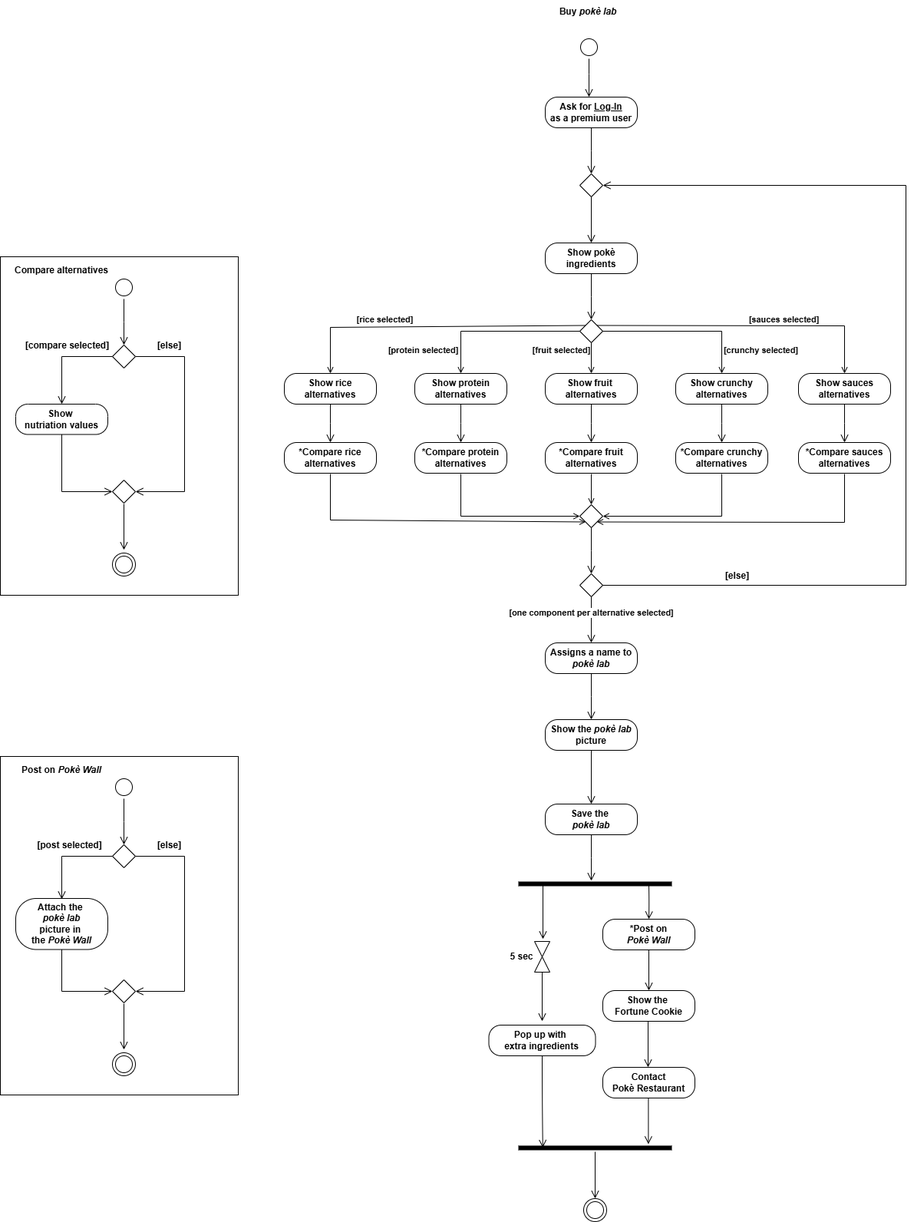
matteopinfildi/YourPoke-ISPWProject keeps this draw.io diagram as diagrams/ActivityDiagram.drawio.png. Above is the earlier version. Source tidied: cells renumbered, new cells last; positions are measured from the earlier drawing's top-left corner, leaving out a move shared by most shapes.
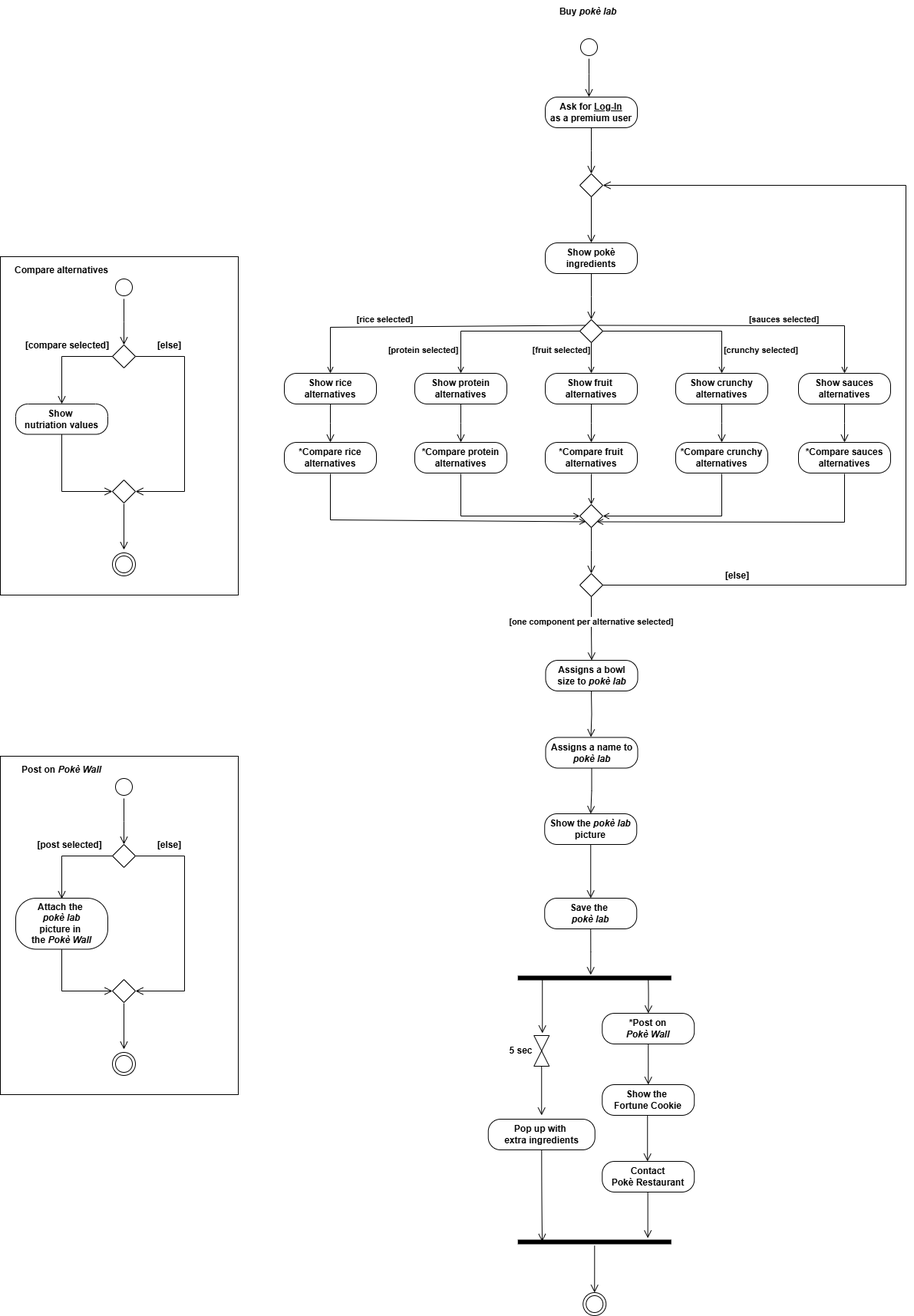
The same file after the commit.

Diff of the diagram source:
```diff
@@ -164,12 +164,12 @@
       </mxGeometry>
     </mxCell>
     <mxCell id="34" value="&lt;div&gt;&lt;b&gt;Assigns a name to&lt;/b&gt;&lt;div&gt;&lt;b&gt;&lt;i&gt;pokè lab&lt;/i&gt;&lt;/b&gt;&lt;/div&gt;&lt;/div&gt;" style="rounded=1;whiteSpace=wrap;html=1;arcSize=40;" parent="1" vertex="1">
-      <mxGeometry x="710" y="837" width="120" height="40" as="geometry" />
+      <mxGeometry x="710.5" y="960.5" width="120" height="40" as="geometry" />
     </mxCell>
     <mxCell id="35" style="rhombus;whiteSpace=wrap;html=1;labelBackgroundColor=none;" parent="1" vertex="1">
       <mxGeometry x="755" y="747" width="30" height="30" as="geometry" />
     </mxCell>
-    <mxCell id="36" value="&lt;b&gt;[one component per alternative selected]&lt;/b&gt;" style="edgeStyle=orthogonalEdgeStyle;html=1;verticalAlign=bottom;endArrow=open;endSize=8;rounded=0;exitX=0.5;exitY=1;exitDx=0;exitDy=0;entryX=0.5;entryY=0;entryDx=0;entryDy=0;" parent="1" edge="1" source="35" target="34">
+    <mxCell id="36" value="&lt;b&gt;[one component per alternative selected]&lt;/b&gt;" style="edgeStyle=orthogonalEdgeStyle;html=1;verticalAlign=bottom;endArrow=open;endSize=8;rounded=0;exitX=0.5;exitY=1;exitDx=0;exitDy=0;entryX=0.5;entryY=0;entryDx=0;entryDy=0;" parent="1" edge="1" source="35" target="94">
       <mxGeometry relative="1" as="geometry" />
     </mxCell>
     <mxCell id="37" style="edgeStyle=orthogonalEdgeStyle;html=1;verticalAlign=bottom;endArrow=open;endSize=8;rounded=0;exitX=1;exitY=0.5;exitDx=0;exitDy=0;entryX=1;entryY=0.5;entryDx=0;entryDy=0;" parent="1" edge="1" source="35" target="9">
@@ -185,68 +185,68 @@
     </mxCell>
     <mxCell id="39" style="edgeStyle=orthogonalEdgeStyle;html=1;verticalAlign=bottom;endArrow=open;endSize=8;rounded=0;exitX=0.5;exitY=1;exitDx=0;exitDy=0;" parent="1" edge="1" source="34">
       <mxGeometry relative="1" as="geometry">
-        <mxPoint x="770" y="937" as="targetPoint" />
+        <mxPoint x="769.2" y="1060" as="targetPoint" />
       </mxGeometry>
     </mxCell>
     <mxCell id="40" value="&lt;b&gt;Show the&amp;nbsp;&lt;i&gt;pokè lab&lt;/i&gt;&lt;/b&gt;&lt;div&gt;&lt;b&gt;picture&lt;/b&gt;&lt;/div&gt;" style="rounded=1;whiteSpace=wrap;html=1;arcSize=40;" parent="1" vertex="1">
-      <mxGeometry x="710" y="937" width="120" height="40" as="geometry" />
+      <mxGeometry x="709.2" y="1060" width="120" height="40" as="geometry" />
     </mxCell>
     <mxCell id="41" style="edgeStyle=orthogonalEdgeStyle;html=1;verticalAlign=bottom;endArrow=open;endSize=8;rounded=0;" parent="1" edge="1">
       <mxGeometry relative="1" as="geometry">
-        <mxPoint x="770" y="977" as="sourcePoint" />
-        <mxPoint x="770" y="1047" as="targetPoint" />
+        <mxPoint x="769.2" y="1100" as="sourcePoint" />
+        <mxPoint x="769.2" y="1170" as="targetPoint" />
       </mxGeometry>
     </mxCell>
     <mxCell id="42" value="&lt;b&gt;Save the&amp;nbsp;&lt;/b&gt;&lt;div&gt;&lt;b&gt;&lt;i&gt;pokè lab&lt;/i&gt;&lt;/b&gt;&lt;/div&gt;" style="rounded=1;whiteSpace=wrap;html=1;arcSize=40;" parent="1" vertex="1">
-      <mxGeometry x="710" y="1047" width="120" height="40" as="geometry" />
+      <mxGeometry x="709.2" y="1170" width="120" height="40" as="geometry" />
     </mxCell>
     <mxCell id="43" style="edgeStyle=orthogonalEdgeStyle;html=1;verticalAlign=bottom;endArrow=open;endSize=8;rounded=0;exitX=0.5;exitY=1;exitDx=0;exitDy=0;" parent="1" edge="1" source="42">
       <mxGeometry relative="1" as="geometry">
-        <mxPoint x="770" y="1147" as="targetPoint" />
+        <mxPoint x="769.2" y="1270" as="targetPoint" />
       </mxGeometry>
     </mxCell>
     <mxCell id="44" style="shape=line;html=1;strokeWidth=6;labelBackgroundColor=none;" parent="1" vertex="1">
-      <mxGeometry x="675" y="1146" width="200" height="10" as="geometry" />
+      <mxGeometry x="674.2" y="1269" width="200" height="10" as="geometry" />
     </mxCell>
     <mxCell id="45" style="edgeStyle=orthogonalEdgeStyle;html=1;verticalAlign=bottom;endArrow=open;endSize=8;rounded=0;fontSize=12;curved=1;labelBackgroundColor=none;fontColor=default;" parent="1" edge="1">
       <mxGeometry relative="1" as="geometry">
-        <mxPoint x="707" y="1153" as="sourcePoint" />
-        <mxPoint x="707" y="1223" as="targetPoint" />
+        <mxPoint x="706.2" y="1276" as="sourcePoint" />
+        <mxPoint x="706.2" y="1346" as="targetPoint" />
       </mxGeometry>
     </mxCell>
     <mxCell id="46" style="edgeStyle=orthogonalEdgeStyle;html=1;verticalAlign=bottom;endArrow=open;endSize=8;rounded=0;fontSize=12;curved=1;labelBackgroundColor=none;fontColor=default;entryX=0.5;entryY=0;entryDx=0;entryDy=0;" parent="1" edge="1" target="89">
       <mxGeometry relative="1" as="geometry">
-        <mxPoint x="845" y="1153" as="sourcePoint" />
+        <mxPoint x="844.2" y="1276" as="sourcePoint" />
       </mxGeometry>
     </mxCell>
     <mxCell id="47" value="&lt;b&gt;5 sec&lt;/b&gt;" style="shape=collate;html=1;spacingLeft=-55;labelBackgroundColor=none;" parent="1" vertex="1">
-      <mxGeometry x="696" y="1226" width="20" height="40" as="geometry" />
+      <mxGeometry x="695.2" y="1349" width="20" height="40" as="geometry" />
     </mxCell>
     <mxCell id="48" value="&lt;b&gt;Contact&lt;/b&gt;&lt;div&gt;&lt;b&gt;Pokè Restaurant&lt;/b&gt;&lt;/div&gt;" style="rounded=1;whiteSpace=wrap;html=1;arcSize=40;labelBackgroundColor=none;" parent="1" vertex="1">
-      <mxGeometry x="785" y="1390" width="120" height="40" as="geometry" />
+      <mxGeometry x="784.2" y="1513" width="120" height="40" as="geometry" />
     </mxCell>
     <mxCell id="49" style="edgeStyle=orthogonalEdgeStyle;html=1;verticalAlign=bottom;endArrow=open;endSize=8;rounded=0;fontSize=12;curved=1;labelBackgroundColor=none;fontColor=default;" parent="1" edge="1">
       <mxGeometry relative="1" as="geometry">
-        <mxPoint x="706" y="1266" as="sourcePoint" />
-        <mxPoint x="706" y="1330" as="targetPoint" />
+        <mxPoint x="705.2" y="1389" as="sourcePoint" />
+        <mxPoint x="705.2" y="1453" as="targetPoint" />
       </mxGeometry>
     </mxCell>
     <mxCell id="50" value="&lt;b&gt;Pop up with&amp;nbsp;&lt;/b&gt;&lt;div&gt;&lt;b&gt;extra ingredients&lt;/b&gt;&lt;/div&gt;" style="rounded=1;whiteSpace=wrap;html=1;arcSize=40;labelBackgroundColor=none;" parent="1" vertex="1">
-      <mxGeometry x="636.5" y="1335" width="139" height="40" as="geometry" />
+      <mxGeometry x="635.8" y="1458" width="139" height="40" as="geometry" />
     </mxCell>
     <mxCell id="51" style="edgeStyle=orthogonalEdgeStyle;html=1;verticalAlign=bottom;endArrow=open;endSize=8;rounded=0;fontSize=12;curved=1;labelBackgroundColor=none;fontColor=default;entryX=0.159;entryY=0.459;entryDx=0;entryDy=0;entryPerimeter=0;" parent="1" edge="1" source="50" target="52">
       <mxGeometry relative="1" as="geometry" />
     </mxCell>
     <mxCell id="52" style="shape=line;html=1;strokeWidth=6;labelBackgroundColor=none;" parent="1" vertex="1">
-      <mxGeometry x="675" y="1490" width="200" height="10" as="geometry" />
+      <mxGeometry x="674.2" y="1613" width="200" height="10" as="geometry" />
     </mxCell>
     <mxCell id="53" style="edgeStyle=orthogonalEdgeStyle;html=1;verticalAlign=bottom;endArrow=open;endSize=8;rounded=0;" parent="1" edge="1" source="52">
       <mxGeometry relative="1" as="geometry">
-        <mxPoint x="775" y="1561" as="targetPoint" />
+        <mxPoint x="774.2" y="1684" as="targetPoint" />
       </mxGeometry>
     </mxCell>
     <mxCell id="54" style="ellipse;html=1;shape=endState;" parent="1" vertex="1">
-      <mxGeometry x="760" y="1561" width="30" height="30" as="geometry" />
+      <mxGeometry x="759.2" y="1684" width="30" height="30" as="geometry" />
     </mxCell>
     <mxCell id="55" style="rounded=0;whiteSpace=wrap;html=1;fillColor=none;labelBackgroundColor=none;" parent="1" vertex="1">
       <mxGeometry y="985" width="310" height="441" as="geometry" />
@@ -398,27 +398,36 @@
       <mxGeometry x="5" y="334.5" width="150" height="30" as="geometry" />
     </mxCell>
     <mxCell id="89" value="&lt;div&gt;&lt;b&gt;*Post on&lt;/b&gt;&lt;div&gt;&lt;b&gt;&lt;i&gt;Pokè Wall&lt;/i&gt;&lt;/b&gt;&lt;/div&gt;&lt;/div&gt;" style="rounded=1;whiteSpace=wrap;html=1;arcSize=40;labelBackgroundColor=none;" parent="1" vertex="1">
-      <mxGeometry x="785" y="1197" width="120" height="40" as="geometry" />
+      <mxGeometry x="784.2" y="1320" width="120" height="40" as="geometry" />
     </mxCell>
     <mxCell id="90" style="edgeStyle=orthogonalEdgeStyle;html=1;verticalAlign=bottom;endArrow=open;endSize=8;rounded=0;fontSize=12;curved=1;labelBackgroundColor=none;fontColor=default;exitX=0.5;exitY=1;exitDx=0;exitDy=0;" parent="1" edge="1" source="89">
       <mxGeometry relative="1" as="geometry">
-        <mxPoint x="845" y="1290" as="targetPoint" />
+        <mxPoint x="844.2" y="1413" as="targetPoint" />
       </mxGeometry>
     </mxCell>
     <mxCell id="91" value="&lt;div&gt;&lt;b&gt;Show the&amp;nbsp;&lt;/b&gt;&lt;/div&gt;&lt;div&gt;&lt;b&gt;Fortune Cookie&lt;/b&gt;&lt;/div&gt;" style="rounded=1;whiteSpace=wrap;html=1;arcSize=40;labelBackgroundColor=none;" parent="1" vertex="1">
-      <mxGeometry x="785" y="1290" width="120" height="40" as="geometry" />
+      <mxGeometry x="784.2" y="1413" width="120" height="40" as="geometry" />
     </mxCell>
     <mxCell id="92" style="edgeStyle=orthogonalEdgeStyle;html=1;verticalAlign=bottom;endArrow=open;endSize=8;rounded=0;fontSize=12;curved=1;labelBackgroundColor=none;fontColor=default;" parent="1" edge="1">
       <mxGeometry relative="1" as="geometry">
-        <mxPoint x="844" y="1330" as="sourcePoint" />
-        <mxPoint x="844" y="1390" as="targetPoint" />
+        <mxPoint x="843.2" y="1453" as="sourcePoint" />
+        <mxPoint x="843.2" y="1513" as="targetPoint" />
       </mxGeometry>
     </mxCell>
     <mxCell id="93" style="edgeStyle=orthogonalEdgeStyle;html=1;verticalAlign=bottom;endArrow=open;endSize=8;rounded=0;exitX=0.5;exitY=1;exitDx=0;exitDy=0;" parent="1" edge="1">
       <mxGeometry relative="1" as="geometry">
-        <mxPoint x="844.4" y="1430" as="sourcePoint" />
-        <mxPoint x="844.4" y="1490" as="targetPoint" />
+        <mxPoint x="843.7" y="1553" as="sourcePoint" />
+        <mxPoint x="843.7" y="1613" as="targetPoint" />
       </mxGeometry>
     </mxCell>
+    <mxCell id="94" value="&lt;div&gt;&lt;b&gt;Assigns a bowl&lt;/b&gt;&lt;/div&gt;&lt;div&gt;&lt;b&gt;size to&amp;nbsp;&lt;/b&gt;&lt;b style=&quot;background-color: transparent; color: light-dark(rgb(0, 0, 0), rgb(255, 255, 255));&quot;&gt;&lt;i&gt;pokè lab&lt;/i&gt;&lt;/b&gt;&lt;/div&gt;" style="rounded=1;whiteSpace=wrap;html=1;arcSize=40;" parent="1" vertex="1">
+      <mxGeometry x="710.5" y="860" width="120" height="40" as="geometry" />
+    </mxCell>
+    <mxCell id="95" style="edgeStyle=orthogonalEdgeStyle;html=1;verticalAlign=bottom;endArrow=open;endSize=8;rounded=0;exitX=0.5;exitY=1;exitDx=0;exitDy=0;" parent="1" edge="1">
+      <mxGeometry relative="1" as="geometry">
+        <mxPoint x="770" y="900" as="sourcePoint" />
+        <mxPoint x="769.5" y="960" as="targetPoint" />
+      </mxGeometry>
+    </mxCell>
   </root>
 </mxGraphModel>
```
